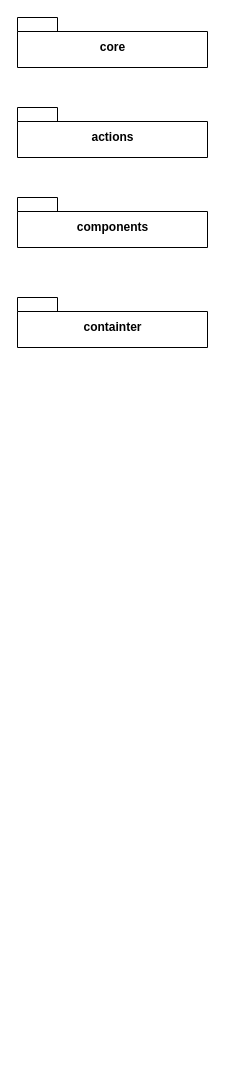
albreax/Diplomarbeit keeps this draw.io diagram as Arbeit/diagrams/Ist-Architektur/Paketdiagram-Grob.drawio. Above is the earlier version. Source tidied: cells renumbered, new cells numbered last; positions are measured from the earlier drawing's top-left corner, leaving out a move shared by most shapes. Both pictures are drawn from the tidied source at 100%, with x=0, y=0 at pixel (17, 17).
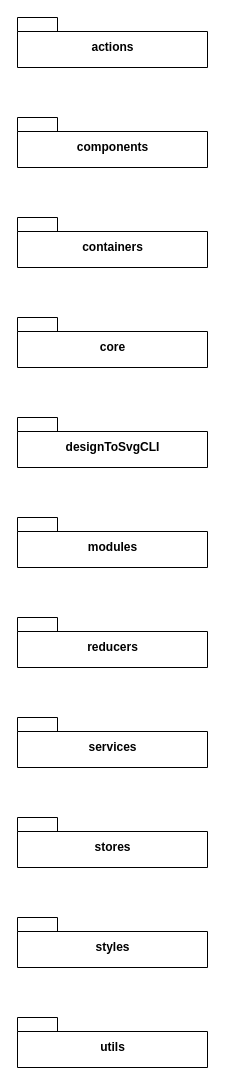
After the change.

Commit message:
update Grobentwurf manuell

The edit, as a diff of the source:
```diff
@@
 <mxGraphModel>
   <root>
     <mxCell id="0" />
     <mxCell id="1" parent="0" />
-    <mxCell id="2" value="core" style="shape=folder;fontStyle=1;spacingTop=10;tabWidth=40;tabHeight=14;tabPosition=left;html=1;" parent="1" vertex="1">
+    <mxCell id="2" value="actions" style="shape=folder;fontStyle=1;spacingTop=10;tabWidth=40;tabHeight=14;tabPosition=left;html=1;" parent="1" vertex="1">
       <mxGeometry width="190" height="50" as="geometry" />
     </mxCell>
-    <mxCell id="3" value="actions" style="shape=folder;fontStyle=1;spacingTop=10;tabWidth=40;tabHeight=14;tabPosition=left;html=1;" parent="1" vertex="1">
-      <mxGeometry y="90" width="190" height="50" as="geometry" />
+    <mxCell id="3" value="components" style="shape=folder;fontStyle=1;spacingTop=10;tabWidth=40;tabHeight=14;tabPosition=left;html=1;" parent="1" vertex="1">
+      <mxGeometry y="100" width="190" height="50" as="geometry" />
     </mxCell>
-    <mxCell id="4" value="components" style="shape=folder;fontStyle=1;spacingTop=10;tabWidth=40;tabHeight=14;tabPosition=left;html=1;" parent="1" vertex="1">
-      <mxGeometry y="180" width="190" height="50" as="geometry" />
+    <mxCell id="4" value="containers" style="shape=folder;fontStyle=1;spacingTop=10;tabWidth=40;tabHeight=14;tabPosition=left;html=1;" parent="1" vertex="1">
+      <mxGeometry y="200" width="190" height="50" as="geometry" />
     </mxCell>
-    <mxCell id="5" value="containter" style="shape=folder;fontStyle=1;spacingTop=10;tabWidth=40;tabHeight=14;tabPosition=left;html=1;" parent="1" vertex="1">
-      <mxGeometry y="280" width="190" height="50" as="geometry" />
+    <mxCell id="5" value="core" style="shape=folder;fontStyle=1;spacingTop=10;tabWidth=40;tabHeight=14;tabPosition=left;html=1;" parent="1" vertex="1">
+      <mxGeometry y="300" width="190" height="50" as="geometry" />
     </mxCell>
+    <mxCell id="6" value="designToSvgCLI" style="shape=folder;fontStyle=1;spacingTop=10;tabWidth=40;tabHeight=14;tabPosition=left;html=1;" parent="1" vertex="1">
+      <mxGeometry y="400" width="190" height="50" as="geometry" />
+    </mxCell>
+    <mxCell id="7" value="modules" style="shape=folder;fontStyle=1;spacingTop=10;tabWidth=40;tabHeight=14;tabPosition=left;html=1;" parent="1" vertex="1">
+      <mxGeometry y="500" width="190" height="50" as="geometry" />
+    </mxCell>
+    <mxCell id="8" value="reducers" style="shape=folder;fontStyle=1;spacingTop=10;tabWidth=40;tabHeight=14;tabPosition=left;html=1;" parent="1" vertex="1">
+      <mxGeometry y="600" width="190" height="50" as="geometry" />
+    </mxCell>
+    <mxCell id="9" value="services" style="shape=folder;fontStyle=1;spacingTop=10;tabWidth=40;tabHeight=14;tabPosition=left;html=1;" parent="1" vertex="1">
+      <mxGeometry y="700" width="190" height="50" as="geometry" />
+    </mxCell>
+    <mxCell id="10" value="stores" style="shape=folder;fontStyle=1;spacingTop=10;tabWidth=40;tabHeight=14;tabPosition=left;html=1;" parent="1" vertex="1">
+      <mxGeometry y="800" width="190" height="50" as="geometry" />
+    </mxCell>
+    <mxCell id="11" value="styles" style="shape=folder;fontStyle=1;spacingTop=10;tabWidth=40;tabHeight=14;tabPosition=left;html=1;" parent="1" vertex="1">
+      <mxGeometry y="900" width="190" height="50" as="geometry" />
+    </mxCell>
+    <mxCell id="12" value="utils" style="shape=folder;fontStyle=1;spacingTop=10;tabWidth=40;tabHeight=14;tabPosition=left;html=1;" parent="1" vertex="1">
+      <mxGeometry y="1000" width="190" height="50" as="geometry" />
+    </mxCell>
   </root>
 </mxGraphModel>
```
